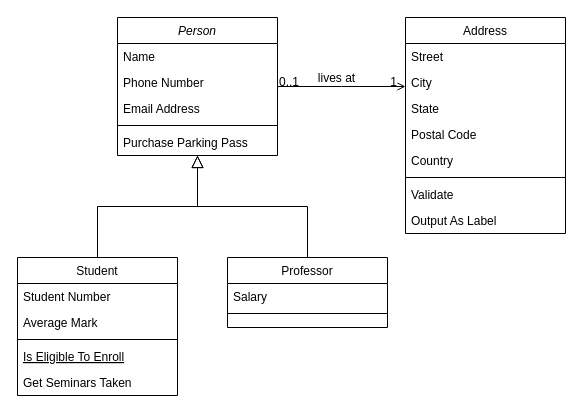
Earlier version of the draw.io diagram Untitled Diagram.drawio (naomietouati/KosherKare). Source tidied: cells renumbered, new cells numbered last; positions are measured from the earlier drawing's top-left corner, leaving out a move shared by most shapes. Both pictures are drawn from the tidied source at 100%, with x=0, y=0 at pixel (17, 17).
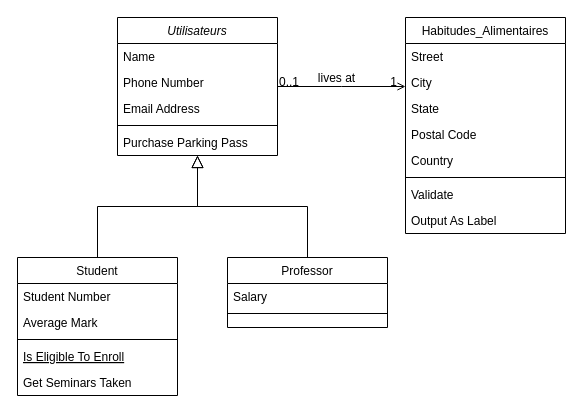
Above is the later version.

The edit, as a diff of the source:
```diff
@@
-    <mxCell id="2" value="Person" style="swimlane;fontStyle=2;align=center;verticalAlign=top;horizontal=1;startSize=26;rounded=0;shadow=0;strokeWidth=1;" parent="1" vertex="1">
+    <mxCell id="2" value="Utilisateurs" style="swimlane;fontStyle=2;align=center;verticalAlign=top;horizontal=1;startSize=26;rounded=0;shadow=0;strokeWidth=1;" parent="1" vertex="1">
       <mxGeometry x="100" width="160" height="138" as="geometry" />
     </mxCell>
@@
-    <mxCell id="19" value="Address" style="swimlane;fontStyle=0;align=center;verticalAlign=top;horizontal=1;startSize=26;rounded=0;shadow=0;strokeWidth=1;" parent="1" vertex="1">
+    <mxCell id="19" value="Habitudes_Alimentaires" style="swimlane;fontStyle=0;align=center;verticalAlign=top;horizontal=1;startSize=26;rounded=0;shadow=0;strokeWidth=1;" parent="1" vertex="1">
       <mxGeometry x="388" width="160" height="216" as="geometry" />
     </mxCell>
```
